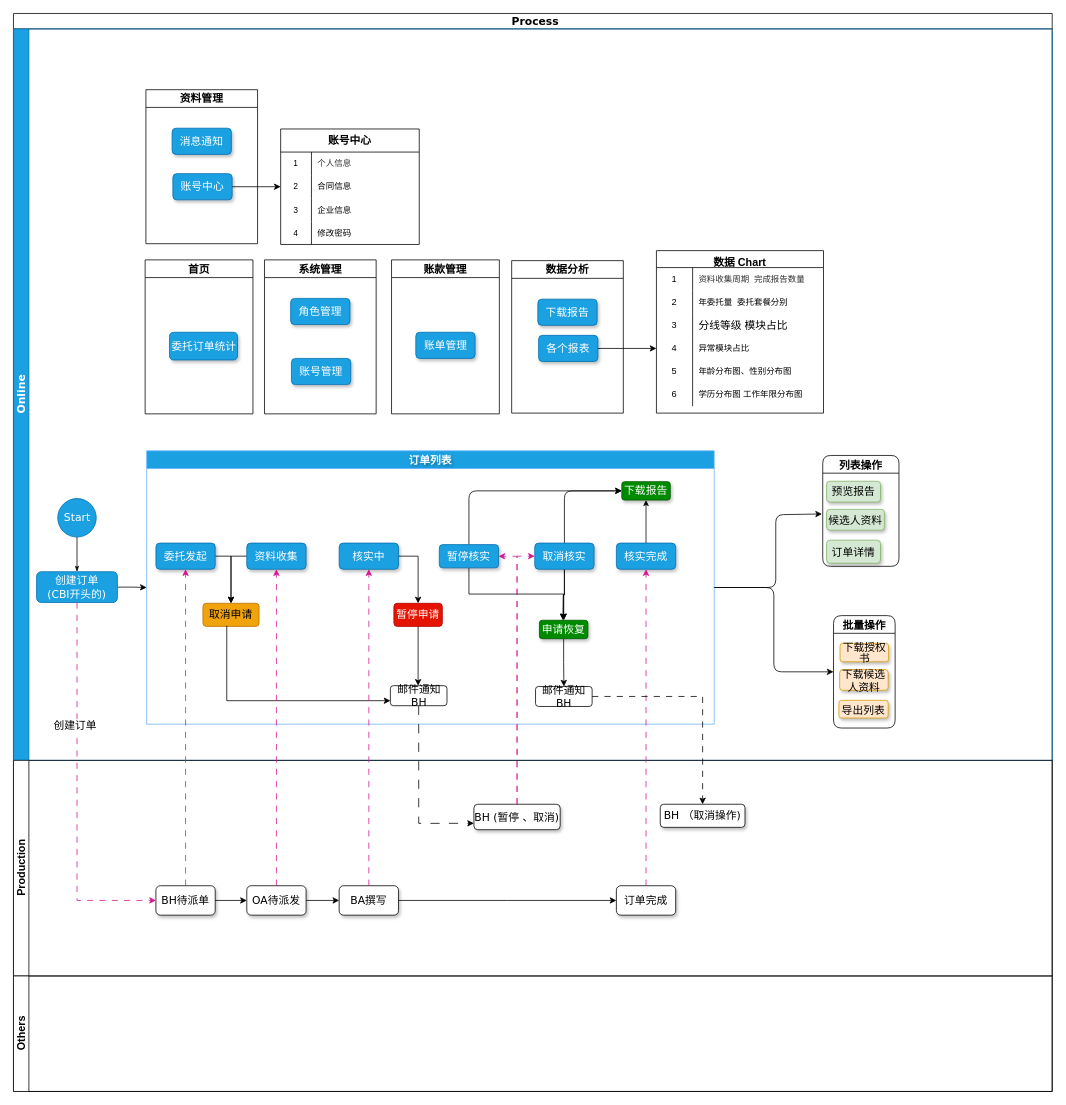
The draw.io diagram 3.drawio in romon-liangbo/draw, before the edit. Source tidied: cells renumbered, new cells numbered last; positions are measured from the earlier drawing's top-left corner, leaving out a move shared by most shapes. Both pictures are drawn from the tidied source at 77%, with x=0, y=0 at pixel (13, 13).
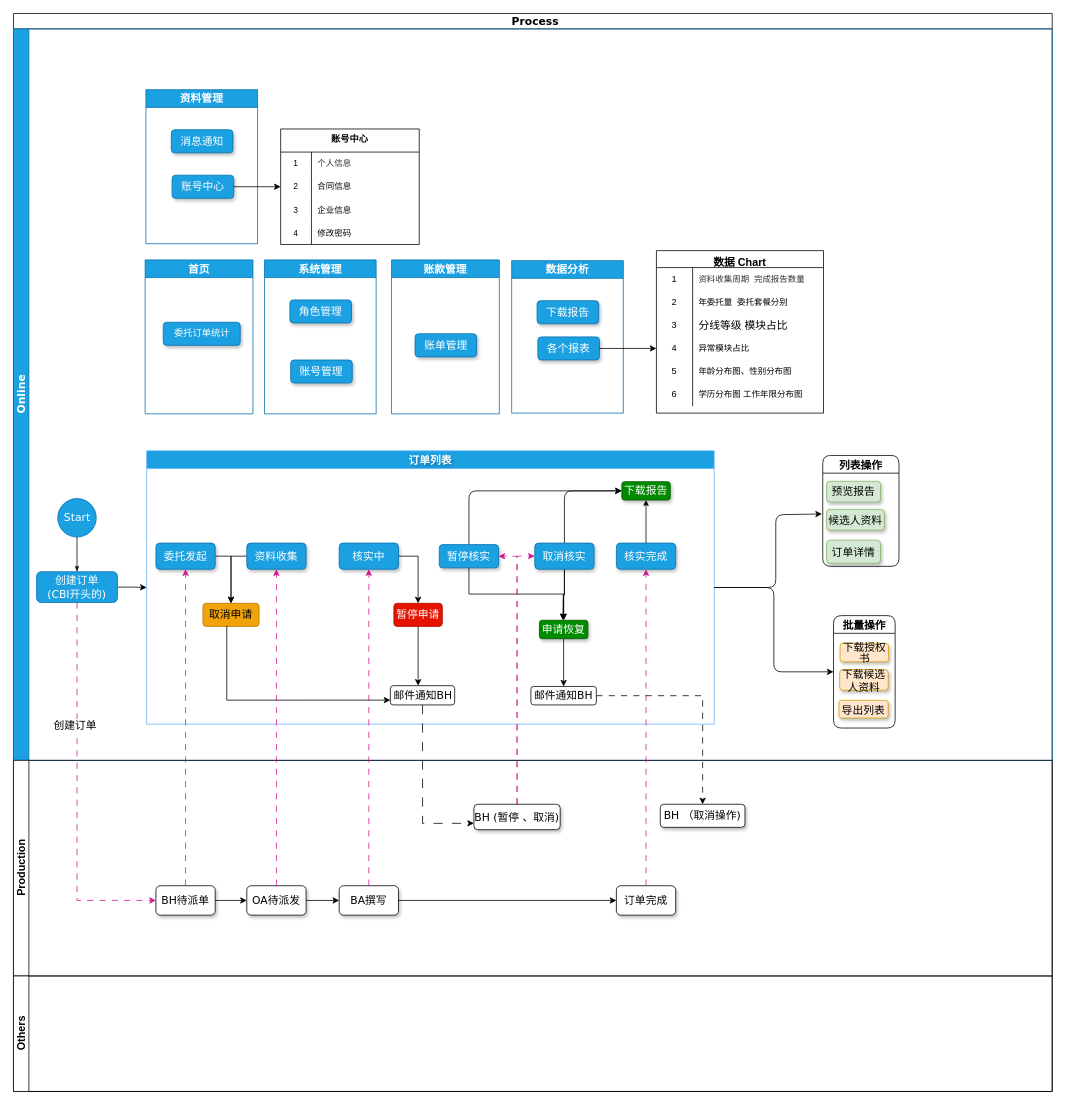
Above is the later version.

The change refers to these unchanged cells:
```xml
<mxCell id="3" value="&lt;font face=&quot;Verdana&quot; style=&quot;font-size: 14px;&quot;&gt;&lt;b style=&quot;font-size: 14px;&quot;&gt;Online&lt;/b&gt;&lt;/font&gt;" style="swimlane;html=1;startSize=20;horizontal=0;fontSize=14;fontStyle=0;fillColor=#1ba1e2;strokeColor=#006EAF;fontColor=#ffffff;fillStyle=auto;rounded=0;" parent="2" vertex="1">
  <mxGeometry y="20" width="1349" height="950" as="geometry" />
</mxCell>
<mxCell id="13" value="订单列表" style="swimlane;whiteSpace=wrap;fillColor=#1ba1e2;strokeColor=#66B2FF;fontColor=#ffffff;labelBackgroundColor=none;textShadow=1;html=1;perimeterSpacing=0;fontSize=14;" parent="3" vertex="1">
  <mxGeometry x="173" y="548" width="737" height="355" as="geometry" />
</mxCell>
```

Change to the diagram source:
```diff
@@
     <mxCell id="32" value="邮件通知BH" style="whiteSpace=wrap;html=1;fontSize=14;fontFamily=Verdana;rounded=1;shadow=0;labelBackgroundColor=none;strokeWidth=1;glass=0;" parent="13" vertex="1">
-      <mxGeometry x="505" y="306" width="73.5" height="26" as="geometry" />
+      <mxGeometry x="499" y="306" width="85" height="24" as="geometry" />
     </mxCell>
     <mxCell id="33" value="邮件通知BH" style="whiteSpace=wrap;html=1;fontSize=14;fontFamily=Verdana;rounded=1;shadow=0;labelBackgroundColor=none;strokeWidth=1;glass=0;" parent="13" vertex="1">
-      <mxGeometry x="316.5" y="305" width="73.5" height="26" as="geometry" />
+      <mxGeometry x="316.5" y="305" width="83.5" height="25" as="geometry" />
     </mxCell>
@@
-    <mxCell id="38" value="系统管理" style="swimlane;whiteSpace=wrap;html=1;fontSize=14;direction=east;" parent="3" vertex="1">
+    <mxCell id="38" value="系统管理" style="swimlane;whiteSpace=wrap;html=1;fontSize=14;direction=east;fillColor=#1ba1e2;fontColor=#ffffff;strokeColor=#006EAF;" parent="3" vertex="1">
       <mxGeometry x="326" y="300" width="145" height="200" as="geometry" />
     </mxCell>
     <mxCell id="39" value="角色管理" style="rounded=1;whiteSpace=wrap;html=1;shadow=1;labelBackgroundColor=none;strokeWidth=1;fontFamily=Verdana;fontSize=14;align=center;fillColor=#1ba1e2;fontColor=#ffffff;strokeColor=#006EAF;" parent="38" vertex="1">
-      <mxGeometry x="34" y="50" width="77" height="34" as="geometry" />
+      <mxGeometry x="33" y="52" width="80" height="30" as="geometry" />
     </mxCell>
     <mxCell id="40" value="账号管理" style="rounded=1;whiteSpace=wrap;html=1;shadow=1;labelBackgroundColor=none;strokeWidth=1;fontFamily=Verdana;fontSize=14;align=center;fillColor=#1ba1e2;fontColor=#ffffff;strokeColor=#006EAF;" parent="38" vertex="1">
-      <mxGeometry x="35" y="128" width="77" height="34" as="geometry" />
+      <mxGeometry x="34" y="130" width="80" height="30" as="geometry" />
     </mxCell>
-    <mxCell id="41" value="账款管理" style="swimlane;whiteSpace=wrap;html=1;startSize=23;fontSize=14;direction=east;" parent="3" vertex="1">
+    <mxCell id="41" value="账款管理" style="swimlane;whiteSpace=wrap;html=1;startSize=23;fontSize=14;direction=east;fillColor=#1ba1e2;fontColor=#ffffff;strokeColor=#006EAF;" parent="3" vertex="1">
       <mxGeometry x="491" y="300" width="140" height="200" as="geometry" />
     </mxCell>
     <mxCell id="42" value="账单管理" style="rounded=1;whiteSpace=wrap;html=1;shadow=1;labelBackgroundColor=none;strokeWidth=1;fontFamily=Verdana;fontSize=14;align=center;fillColor=#1ba1e2;fontColor=#ffffff;strokeColor=#006EAF;" parent="41" vertex="1">
-      <mxGeometry x="31.5" y="94" width="77" height="34" as="geometry" />
+      <mxGeometry x="30.5" y="96" width="80" height="30" as="geometry" />
     </mxCell>
-    <mxCell id="43" value="资料管理" style="swimlane;whiteSpace=wrap;html=1;fontSize=14;" parent="3" vertex="1">
+    <mxCell id="43" value="资料管理" style="swimlane;whiteSpace=wrap;html=1;fontSize=14;fillColor=#1ba1e2;fontColor=#ffffff;strokeColor=#006EAF;" parent="3" vertex="1">
       <mxGeometry x="172" y="79" width="145" height="200" as="geometry" />
     </mxCell>
     <mxCell id="44" value="消息通知" style="rounded=1;whiteSpace=wrap;html=1;shadow=1;labelBackgroundColor=none;strokeWidth=1;fontFamily=Verdana;fontSize=14;align=center;fillColor=#1ba1e2;fontColor=#ffffff;strokeColor=#006EAF;" parent="43" vertex="1">
-      <mxGeometry x="34" y="50" width="77" height="34" as="geometry" />
+      <mxGeometry x="33" y="52" width="80" height="30" as="geometry" />
     </mxCell>
     <mxCell id="45" value="账号中心" style="rounded=1;whiteSpace=wrap;html=1;shadow=1;labelBackgroundColor=none;strokeWidth=1;fontFamily=Verdana;fontSize=14;align=center;fillColor=#1ba1e2;fontColor=#ffffff;strokeColor=#006EAF;" parent="43" vertex="1">
-      <mxGeometry x="35" y="109" width="77" height="34" as="geometry" />
+      <mxGeometry x="34" y="111" width="80" height="30" as="geometry" />
     </mxCell>
-    <mxCell id="46" value="账号中心" style="shape=table;startSize=30;childLayout=tableLayout;rowLines=0;strokeColor=default;horizontal=1;verticalAlign=top;align=center;fontSize=14;fontStyle=1;" parent="3" vertex="1">
+    <mxCell id="46" value="账号中心" style="shape=table;startSize=30;childLayout=tableLayout;rowLines=0;strokeColor=default;horizontal=1;verticalAlign=top;align=center;fontSize=12;fontStyle=1;" parent="3" vertex="1">
       <mxGeometry x="347" y="130" width="180" height="150" as="geometry" />
     </mxCell>
@@
-    <mxCell id="60" value="首页" style="swimlane;whiteSpace=wrap;html=1;startSize=23;fontSize=14;direction=east;" parent="3" vertex="1">
+    <mxCell id="60" value="首页" style="swimlane;whiteSpace=wrap;html=1;startSize=23;fontSize=14;direction=east;fillColor=#1ba1e2;fontColor=#ffffff;strokeColor=#006EAF;" parent="3" vertex="1">
       <mxGeometry x="171" y="300" width="140" height="200" as="geometry" />
     </mxCell>
-    <mxCell id="61" value="委托订单统计" style="rounded=1;whiteSpace=wrap;html=1;shadow=1;labelBackgroundColor=none;strokeWidth=1;fontFamily=Verdana;fontSize=14;align=center;fillColor=#1ba1e2;fontColor=#ffffff;strokeColor=#006EAF;" parent="60" vertex="1">
-      <mxGeometry x="31.5" y="94" width="88.5" height="36" as="geometry" />
+    <mxCell id="61" value="委托订单统计" style="rounded=1;whiteSpace=wrap;html=1;shadow=1;labelBackgroundColor=none;strokeWidth=1;fontFamily=Verdana;fontSize=12;align=center;fillColor=#1ba1e2;fontColor=#ffffff;strokeColor=#006EAF;" parent="60" vertex="1">
+      <mxGeometry x="23.5" y="81" width="100" height="30" as="geometry" />
     </mxCell>
@@
-    <mxCell id="87" value="数据分析" style="swimlane;whiteSpace=wrap;html=1;fontSize=14;" parent="1" vertex="1">
+    <mxCell id="87" value="数据分析" style="swimlane;whiteSpace=wrap;html=1;fontSize=14;fillColor=#1ba1e2;fontColor=#ffffff;strokeColor=#006EAF;" parent="1" vertex="1">
       <mxGeometry x="647" y="321" width="145" height="198" as="geometry" />
     </mxCell>
     <mxCell id="88" value="下载报告" style="rounded=1;whiteSpace=wrap;html=1;shadow=1;labelBackgroundColor=none;strokeWidth=1;fontFamily=Verdana;fontSize=14;align=center;fillColor=#1ba1e2;fontColor=#ffffff;strokeColor=#006EAF;" parent="87" vertex="1">
-      <mxGeometry x="34" y="50" width="77" height="34" as="geometry" />
+      <mxGeometry x="33" y="52" width="80" height="30" as="geometry" />
     </mxCell>
     <mxCell id="89" value="各个报表" style="rounded=1;whiteSpace=wrap;html=1;shadow=1;labelBackgroundColor=none;strokeWidth=1;fontFamily=Verdana;fontSize=14;align=center;fillColor=#1ba1e2;fontColor=#ffffff;strokeColor=#006EAF;" parent="87" vertex="1">
-      <mxGeometry x="35" y="97" width="77" height="34" as="geometry" />
+      <mxGeometry x="34" y="99" width="80" height="30" as="geometry" />
     </mxCell>
```
